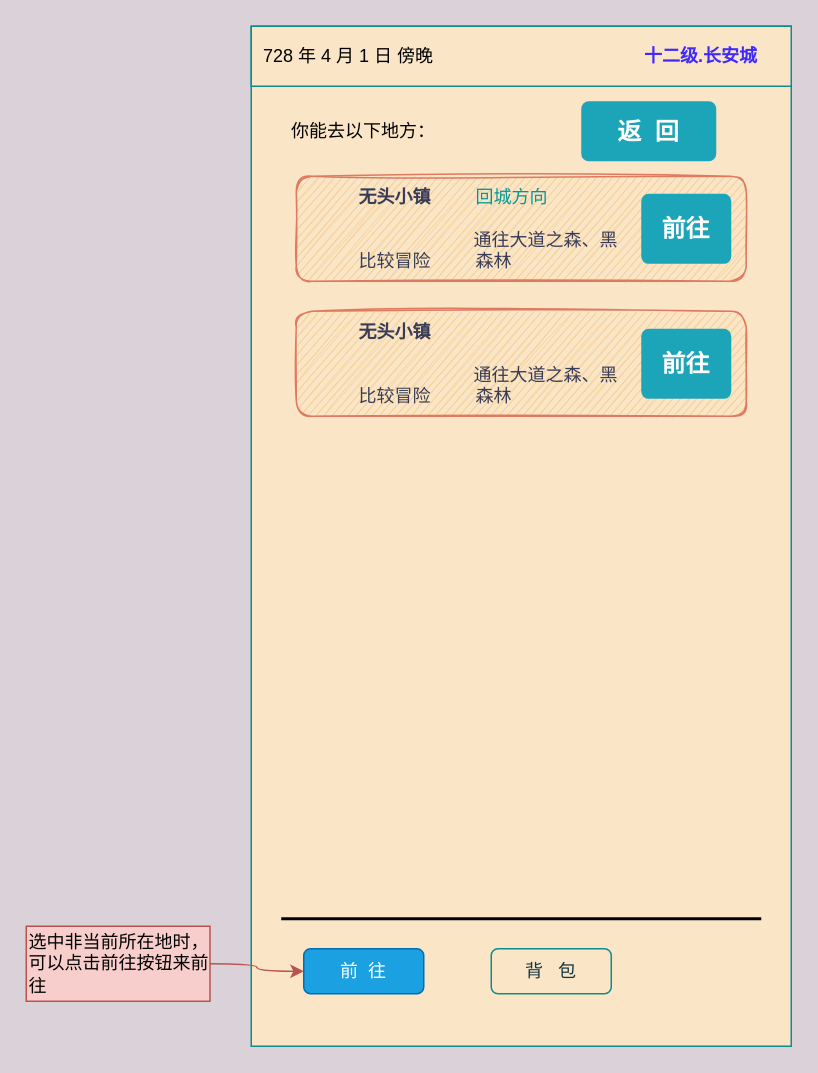
Above: page "UI 草稿" (1 of 3) of public/UI.drawio in Sun-FreePort/end-world-site (draw.io), before the change. Source tidied: cells renumbered, new cells numbered last; positions are measured from the earlier drawing's top-left corner, leaving out a move shared by most shapes. Both pictures are drawn from the tidied source at 150%, with x=0, y=0 at pixel (26, 26).
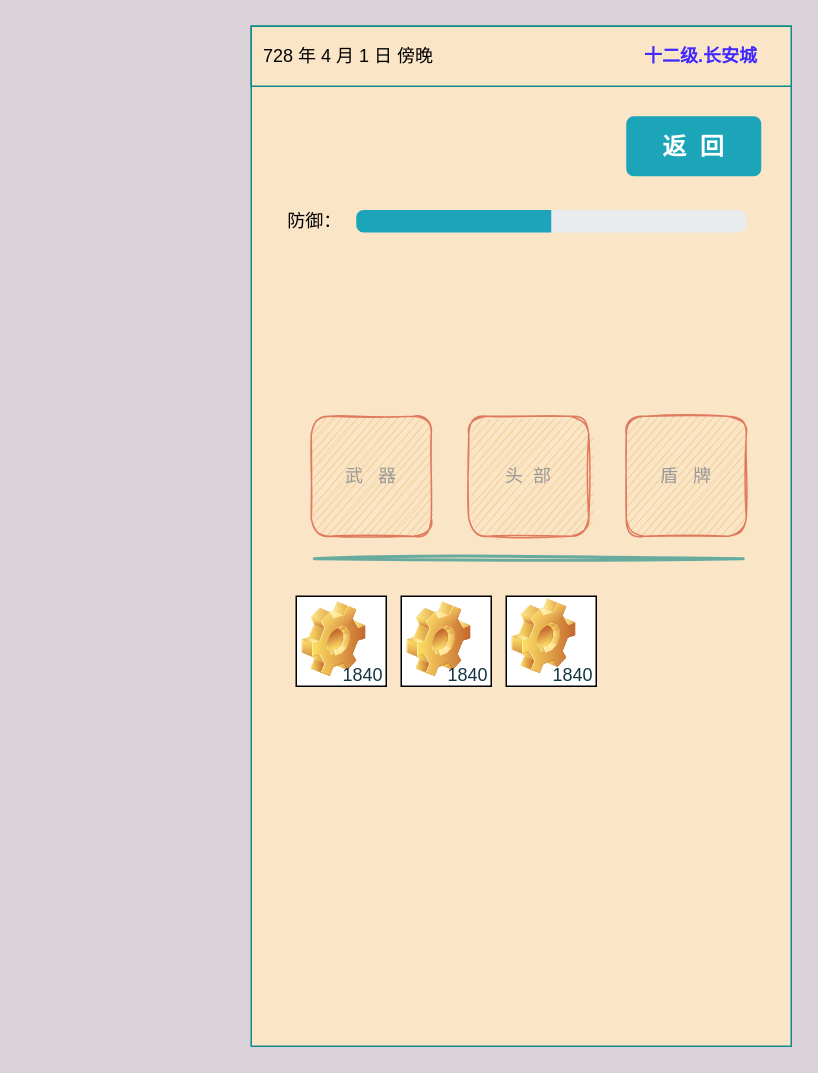
The same diagram, later.

Change to the diagram source:
```diff
@@
-    <mxCell id="7" parent="0" />
-    <mxCell id="8" value="背&amp;nbsp; &amp;nbsp;包" style="rounded=1;whiteSpace=wrap;html=1;sketch=0;strokeColor=#0F8B8D;fillColor=#FAE5C7;fontColor=#143642;" parent="7" vertex="1">
-      <mxGeometry x="310" y="615" width="80" height="30" as="geometry" />
-    </mxCell>
-    <mxCell id="9" value="前&amp;nbsp; 往" style="rounded=1;whiteSpace=wrap;html=1;sketch=0;strokeColor=#006EAF;fillColor=#1ba1e2;align=center;fontColor=#ffffff;" parent="7" vertex="1">
-      <mxGeometry x="185" y="615" width="80" height="30" as="geometry" />
-    </mxCell>
-    <mxCell id="10" style="edgeStyle=orthogonalEdgeStyle;curved=1;rounded=0;jettySize=auto;html=1;fillColor=#f8cecc;strokeColor=#b85450;" parent="7" edge="1" source="11" target="9">
-      <mxGeometry relative="1" as="geometry" />
-    </mxCell>
-    <mxCell id="11" value="选中非当前所在地时，可以点击前往按钮来前往" style="text;html=1;strokeColor=#b85450;fillColor=#f8cecc;align=left;verticalAlign=middle;whiteSpace=wrap;rounded=0;sketch=0;" parent="7" vertex="1">
-      <mxGeometry y="600" width="122.5" height="50" as="geometry" />
-    </mxCell>
-    <mxCell id="12" style="line;strokeWidth=2;html=1;verticalAlign=top;" parent="7" vertex="1">
-      <mxGeometry x="170" y="590" width="320" height="10" as="geometry" />
-    </mxCell>
-    <mxCell id="13" value="&lt;span style=&quot;color: rgb(0 , 0 , 0)&quot;&gt;你能去以下地方：&lt;/span&gt;" style="text;html=1;strokeColor=none;fillColor=none;align=center;verticalAlign=middle;whiteSpace=wrap;rounded=0;sketch=0;fontColor=#143642;" parent="7" vertex="1">
-      <mxGeometry x="160" y="50" width="130" height="40" as="geometry" />
-    </mxCell>
-    <mxCell id="14" style="group;" parent="7" vertex="1">
-      <mxGeometry x="180" y="100" width="300" height="70" as="geometry" />
-    </mxCell>
-    <mxCell id="15" value="&lt;blockquote style=&quot;margin: 0 0 0 40px ; border: none ; padding: 0px&quot;&gt;&lt;/blockquote&gt;&lt;blockquote style=&quot;margin: 0 0 0 40px ; border: none ; padding: 0px&quot;&gt;&lt;b&gt;无头小镇&lt;/b&gt;&amp;nbsp; &amp;nbsp; &amp;nbsp; &amp;nbsp; &amp;nbsp;&lt;font color=&quot;#009999&quot;&gt;回城方向&lt;/font&gt;&lt;/blockquote&gt;&lt;blockquote style=&quot;margin: 0 0 0 40px ; border: none ; padding: 0px&quot;&gt;&lt;font color=&quot;#009999&quot;&gt;&lt;br&gt;&lt;/font&gt;&lt;/blockquote&gt;&lt;blockquote style=&quot;margin: 0 0 0 40px ; border: none ; padding: 0px&quot;&gt;&lt;span&gt;&amp;nbsp; &amp;nbsp; &amp;nbsp; &amp;nbsp; &amp;nbsp; &amp;nbsp; &amp;nbsp; &amp;nbsp; &amp;nbsp; &amp;nbsp; &amp;nbsp; &amp;nbsp;&lt;/span&gt;通往大道之森、黑&lt;span&gt;&lt;br&gt;&lt;/span&gt;比较冒险&amp;nbsp; &amp;nbsp; &amp;nbsp; &amp;nbsp; &amp;nbsp;森林&lt;/blockquote&gt;" style="rounded=1;whiteSpace=wrap;html=1;sketch=1;fontColor=#393C56;strokeColor=#E07A5F;fillColor=#F2CC8F;align=left;" parent="14" vertex="1">
-      <mxGeometry width="300" height="70" as="geometry" />
-    </mxCell>
-    <mxCell id="16" value="前往" style="html=1;shadow=0;dashed=0;shape=mxgraph.bootstrap.rrect;rSize=5;strokeColor=none;strokeWidth=1;fillColor=#1CA5B8;fontColor=#FFFFFF;whiteSpace=wrap;align=center;verticalAlign=middle;spacingLeft=0;fontStyle=1;fontSize=16;spacing=5;" parent="14" vertex="1">
-      <mxGeometry x="230" y="11.7" width="60" height="46.7" as="geometry" />
-    </mxCell>
-    <mxCell id="17" style="group;" parent="7" vertex="1">
-      <mxGeometry x="180" y="190" width="300" height="70" as="geometry" />
-    </mxCell>
-    <mxCell id="18" value="&lt;blockquote style=&quot;margin: 0 0 0 40px ; border: none ; padding: 0px&quot;&gt;&lt;/blockquote&gt;&lt;blockquote style=&quot;margin: 0 0 0 40px ; border: none ; padding: 0px&quot;&gt;&lt;b&gt;无头小镇&lt;/b&gt;&amp;nbsp; &amp;nbsp; &amp;nbsp; &amp;nbsp; &amp;nbsp;&lt;/blockquote&gt;&lt;blockquote style=&quot;margin: 0 0 0 40px ; border: none ; padding: 0px&quot;&gt;&lt;font color=&quot;#009999&quot;&gt;&lt;br&gt;&lt;/font&gt;&lt;/blockquote&gt;&lt;blockquote style=&quot;margin: 0 0 0 40px ; border: none ; padding: 0px&quot;&gt;&lt;span&gt;&amp;nbsp; &amp;nbsp; &amp;nbsp; &amp;nbsp; &amp;nbsp; &amp;nbsp; &amp;nbsp; &amp;nbsp; &amp;nbsp; &amp;nbsp; &amp;nbsp; &amp;nbsp;&lt;/span&gt;通往大道之森、黑&lt;span&gt;&lt;br&gt;&lt;/span&gt;比较冒险&amp;nbsp; &amp;nbsp; &amp;nbsp; &amp;nbsp; &amp;nbsp;森林&lt;/blockquote&gt;" style="rounded=1;whiteSpace=wrap;html=1;sketch=1;fontColor=#393C56;strokeColor=#E07A5F;fillColor=#F2CC8F;align=left;" parent="17" vertex="1">
-      <mxGeometry width="300" height="70" as="geometry" />
-    </mxCell>
-    <mxCell id="19" value="前往" style="html=1;shadow=0;dashed=0;shape=mxgraph.bootstrap.rrect;rSize=5;strokeColor=none;strokeWidth=1;fillColor=#1CA5B8;fontColor=#FFFFFF;whiteSpace=wrap;align=center;verticalAlign=middle;spacingLeft=0;fontStyle=1;fontSize=16;spacing=5;" parent="17" vertex="1">
-      <mxGeometry x="230" y="11.7" width="60" height="46.7" as="geometry" />
-    </mxCell>
+    <mxCell id="21" parent="0" />
-    <mxCell id="20" value="返&amp;nbsp; 回" style="html=1;shadow=0;dashed=0;shape=mxgraph.bootstrap.rrect;rSize=5;strokeColor=none;strokeWidth=1;fillColor=#1CA5B8;fontColor=#FFFFFF;whiteSpace=wrap;align=center;verticalAlign=middle;spacingLeft=0;fontStyle=1;fontSize=16;spacing=5;" parent="7" vertex="1">
-      <mxGeometry x="370" y="50" width="90" height="40" as="geometry" />
+    <mxCell id="20" value="返&amp;nbsp; 回" style="html=1;shadow=0;dashed=0;shape=mxgraph.bootstrap.rrect;rSize=5;strokeColor=none;strokeWidth=1;fillColor=#1CA5B8;fontColor=#FFFFFF;whiteSpace=wrap;align=center;verticalAlign=middle;spacingLeft=0;fontStyle=1;fontSize=16;spacing=5;" parent="21" vertex="1">
+      <mxGeometry x="400" y="60" width="90" height="40" as="geometry" />
     </mxCell>
+    <mxCell id="22" value="&lt;font color=&quot;#999999&quot;&gt;头&amp;nbsp; 部&lt;/font&gt;" style="rounded=1;whiteSpace=wrap;html=1;sketch=1;fontColor=#393C56;strokeColor=#E07A5F;fillColor=#F2CC8F;" parent="21" vertex="1">
+      <mxGeometry x="295" y="260" width="80" height="80" as="geometry" />
+    </mxCell>
+    <mxCell id="23" value="&lt;font color=&quot;#999999&quot;&gt;盾&amp;nbsp; &amp;nbsp;牌&lt;/font&gt;" style="rounded=1;whiteSpace=wrap;html=1;sketch=1;fontColor=#393C56;strokeColor=#E07A5F;fillColor=#F2CC8F;" parent="21" vertex="1">
+      <mxGeometry x="400" y="260" width="80" height="80" as="geometry" />
+    </mxCell>
+    <mxCell id="24" value="&lt;font color=&quot;#999999&quot;&gt;武&amp;nbsp; &amp;nbsp;器&lt;/font&gt;" style="rounded=1;whiteSpace=wrap;html=1;sketch=1;fontColor=#393C56;strokeColor=#E07A5F;fillColor=#F2CC8F;" parent="21" vertex="1">
+      <mxGeometry x="190" y="260" width="80" height="80" as="geometry" />
+    </mxCell>
+    <mxCell id="25" style="whiteSpace=wrap;html=1;" parent="21" vertex="1">
+      <mxGeometry x="180" y="380" width="60" height="60" as="geometry" />
+    </mxCell>
+    <mxCell id="26" style="whiteSpace=wrap;html=1;" parent="21" vertex="1">
+      <mxGeometry x="320" y="380" width="60" height="60" as="geometry" />
+    </mxCell>
+    <mxCell id="27" style="whiteSpace=wrap;html=1;" parent="21" vertex="1">
+      <mxGeometry x="250" y="380" width="60" height="60" as="geometry" />
+    </mxCell>
+    <mxCell id="28" style="shape=image;html=1;verticalLabelPosition=bottom;verticalAlign=top;imageAspect=1;image=img/clipart/Gear_128x128.png;" parent="21" vertex="1">
+      <mxGeometry x="324" y="382" width="42.6" height="50" as="geometry" />
+    </mxCell>
+    <mxCell id="29" style="shape=image;html=1;verticalLabelPosition=bottom;verticalAlign=top;imageAspect=1;image=img/clipart/Gear_128x128.png;" parent="21" vertex="1">
+      <mxGeometry x="254" y="384" width="42.6" height="50" as="geometry" />
+    </mxCell>
+    <mxCell id="30" style="shape=image;html=1;verticalLabelPosition=bottom;verticalAlign=top;imageAspect=1;image=img/clipart/Gear_128x128.png;" parent="21" vertex="1">
+      <mxGeometry x="184" y="384" width="42.6" height="50" as="geometry" />
+    </mxCell>
+    <mxCell id="31" value="1840" style="text;html=1;strokeColor=none;fillColor=none;align=right;verticalAlign=middle;whiteSpace=wrap;rounded=0;sketch=0;fontColor=#143642;" parent="21" vertex="1">
+      <mxGeometry x="340" y="425" width="40" height="15" as="geometry" />
+    </mxCell>
+    <mxCell id="32" value="1840" style="text;html=1;strokeColor=none;fillColor=none;align=right;verticalAlign=middle;whiteSpace=wrap;rounded=0;sketch=0;fontColor=#143642;" parent="21" vertex="1">
+      <mxGeometry x="270" y="425" width="40" height="15" as="geometry" />
+    </mxCell>
+    <mxCell id="33" value="1840" style="text;html=1;strokeColor=none;fillColor=none;align=right;verticalAlign=middle;whiteSpace=wrap;rounded=0;sketch=0;fontColor=#143642;" parent="21" vertex="1">
+      <mxGeometry x="200" y="425" width="40" height="15" as="geometry" />
+    </mxCell>
+    <mxCell id="34" style="line;strokeWidth=2;html=1;rounded=1;sketch=1;fontColor=#393C56;fillColor=#F2CC8F;strokeColor=#67AB9F;" parent="21" vertex="1">
+      <mxGeometry x="192" y="350" width="286" height="10" as="geometry" />
+    </mxCell>
+    <mxCell id="35" style="html=1;shadow=0;dashed=0;shape=mxgraph.bootstrap.rrect;rSize=5;fillColor=#E9ECEF;strokeColor=none;rounded=1;sketch=0;fontColor=#393C56;" parent="21" vertex="1">
+      <mxGeometry x="220" y="122.5" width="260" height="15" as="geometry" />
+    </mxCell>
+    <mxCell id="36" style="html=1;shadow=0;dashed=0;shape=mxgraph.bootstrap.leftButton;rSize=5;fillColor=#1CA5B8;strokeColor=none;rounded=1;sketch=0;fontColor=#393C56;" parent="35" vertex="1">
+      <mxGeometry width="130" height="15" relative="1" as="geometry" />
+    </mxCell>
+    <mxCell id="37" value="&lt;font color=&quot;#000000&quot;&gt;防御：&lt;/font&gt;" style="text;html=1;strokeColor=none;fillColor=none;align=center;verticalAlign=middle;whiteSpace=wrap;rounded=0;sketch=0;fontColor=#143642;" parent="21" vertex="1">
+      <mxGeometry x="160" y="120" width="65" height="20" as="geometry" />
+    </mxCell>
```
